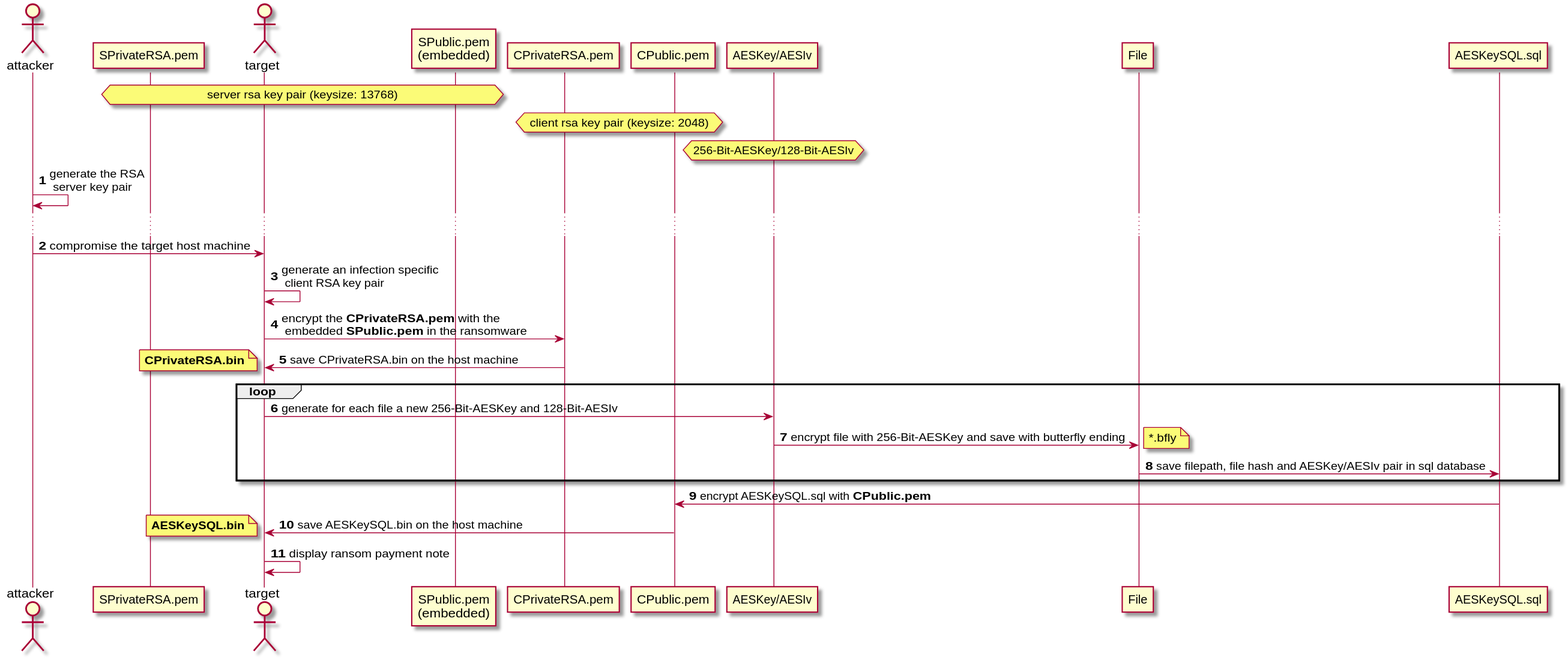
Earlier version of the PlantUML export architecture/sequence_diagrams/encryption.svg (bierschi/butterfly).
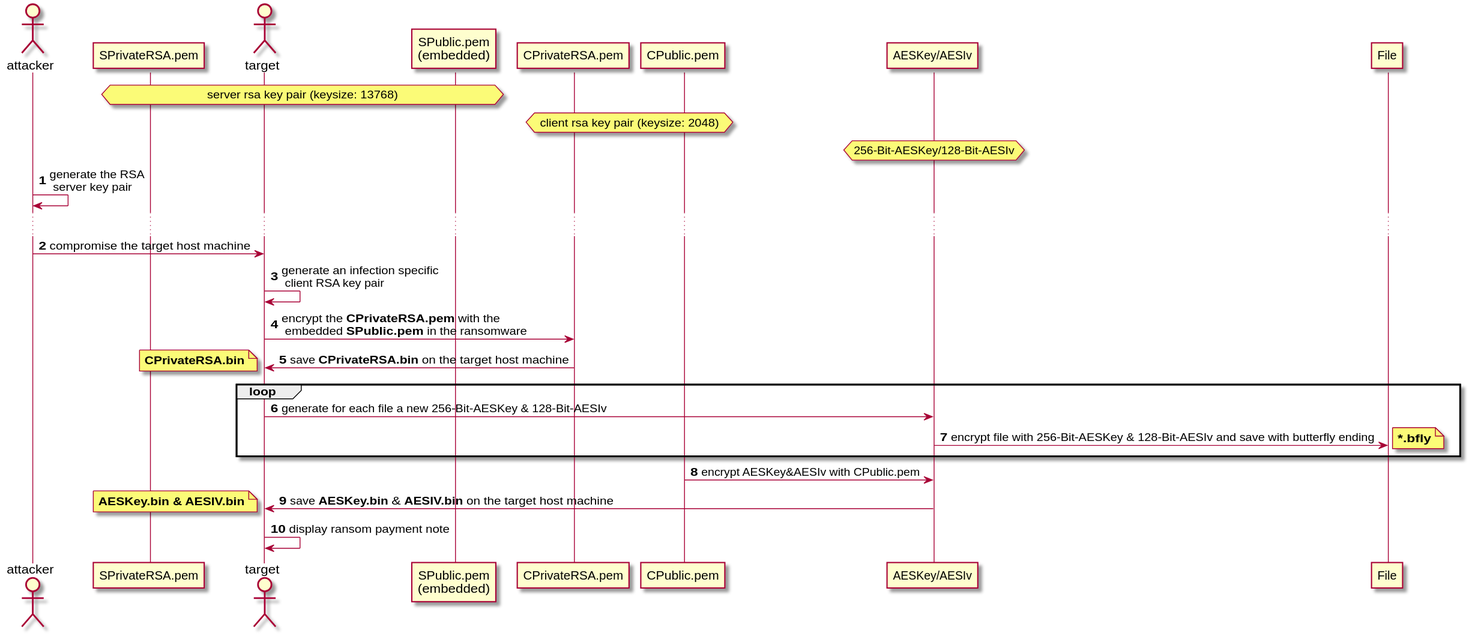
After the change.

Diff of the diagram source:
```diff
@@ -8,7 +8,6 @@
 participant CPublic.pem as CPublic
 participant "AESKey/AESIv" as AESKey
 participant File
-participant AESKeySQL.sql as AESKeySQL
 
 autonumber
 hnote over SPrivate, SPublic: server rsa key pair (keysize: 13768)
@@ -19,18 +18,19 @@
 attacker -> target: compromise the target host machine
 target -> target: generate an infection specific\n client RSA key pair
 target -> CPrivate: encrypt the **CPrivateRSA.pem** with the\n embedded **SPublic.pem** in the ransomware
-CPrivate -> target: save CPrivateRSA.bin on the host machine
+CPrivate -> target: save **CPrivateRSA.bin** on the target host machine
 note left: **CPrivateRSA.bin**
 loop
-target -> AESKey: generate for each file a new 256-Bit-AESKey and 128-Bit-AESIv
-AESKey -> File: encrypt file with 256-Bit-AESKey and save with butterfly ending
-note right: ~*.bfly
-File -> AESKeySQL: save filepath, file hash and AESKey/AESIv pair in sql database
+target -> AESKey: generate for each file a new 256-Bit-AESKey & 128-Bit-AESIv
+AESKey -> File: encrypt file with 256-Bit-AESKey & 128-Bit-AESIv and save with butterfly ending
+note right: **~*.bfly**
 
 end
-AESKeySQL -> CPublic: encrypt AESKeySQL.sql with **CPublic.pem**
-CPublic -> target: save AESKeySQL.bin on the host machine
-note left: **AESKeySQL.bin**
+
+CPublic -> AESKey: encrypt AESKey&AESIv with CPublic.pem
+AESKey -> target: save **AESKey.bin** & **AESIV.bin** on the target host machine
+note left: **AESKey.bin & AESIV.bin**
+
 target -> target: display ransom payment note
 
 @enduml
```
